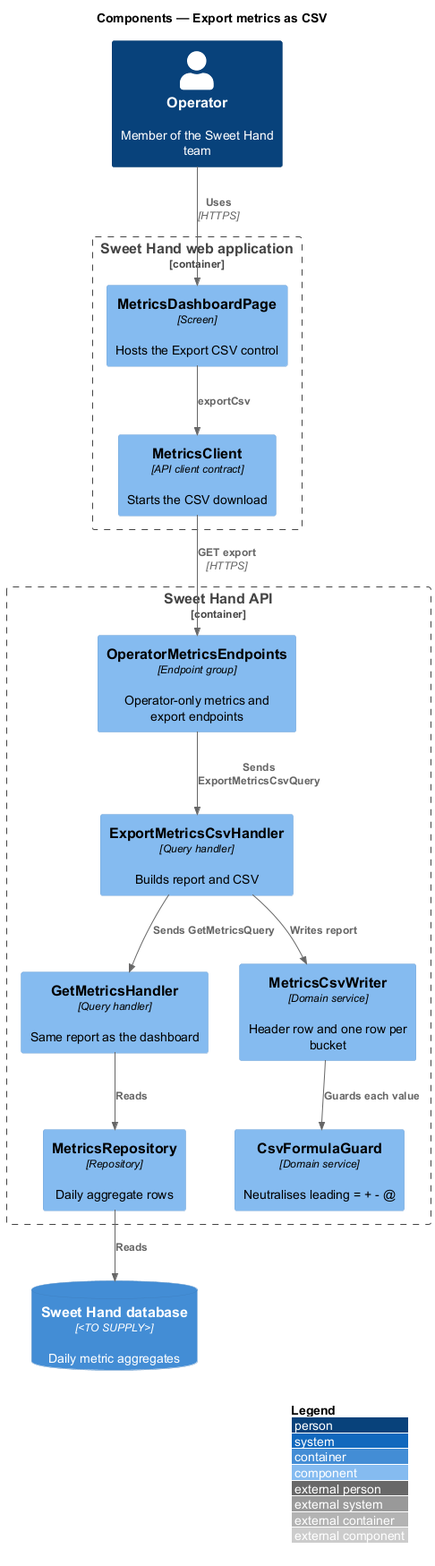
Above: docs/detailed-designs/metrics/export-metrics/diagrams/c4-component.png in QuinntyneBrown/sweet-hand (PlantUML), before the change. The source it was exported from:
```plantuml
@startuml
!include <C4/C4_Component>
LAYOUT_WITH_LEGEND()
title Components — Export metrics as CSV

Person(operator, "Operator", "Member of the Sweet Hand team")

Container_Boundary(web, "Sweet Hand web application") {
  Component(page, "MetricsDashboardPage", "Screen", "Hosts the Export CSV control")
  Component(client, "MetricsClient", "API client contract", "Starts the CSV download")
}

Container_Boundary(api, "Sweet Hand API") {
  Component(endpoints, "OperatorMetricsEndpoints", "Endpoint group", "Operator-only metrics and export endpoints")
  Component(exportH, "ExportMetricsCsvHandler", "Query handler", "Builds report and CSV")
  Component(getH, "GetMetricsHandler", "Query handler", "Same report as the dashboard")
  Component(writer, "MetricsCsvWriter", "Domain service", "Header row and one row per bucket")
  Component(guard, "CsvFormulaGuard", "Domain service", "Neutralises leading = + - @")
  Component(repo, "MetricsRepository", "Repository", "Daily aggregate rows")
}
ContainerDb(db, "Sweet Hand database", "<TO SUPPLY>", "Daily metric aggregates")

Rel(operator, page, "Uses", "HTTPS")
Rel(page, client, "exportCsv")
Rel(client, endpoints, "GET export", "HTTPS")
Rel(endpoints, exportH, "Sends ExportMetricsCsvQuery")
Rel(exportH, getH, "Sends GetMetricsQuery")
Rel(getH, repo, "Reads")
Rel(repo, db, "Reads")
Rel(exportH, writer, "Writes report")
Rel(writer, guard, "Guards each value")
@enduml
```
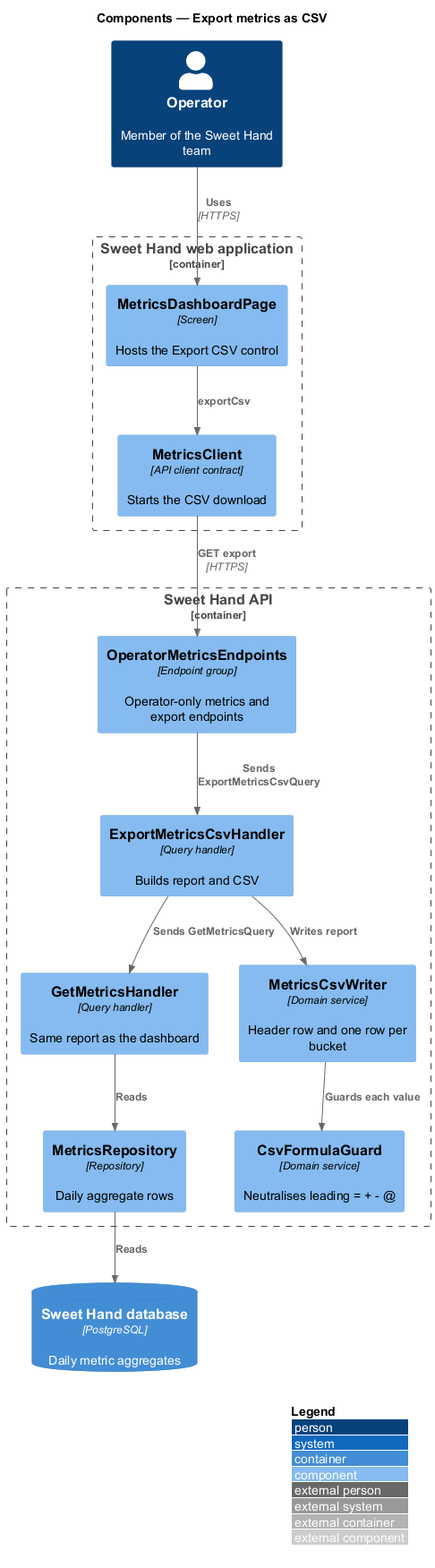
After the commit.

Diff of the diagram source:
```diff
@@ -18,7 +18,7 @@
   Component(guard, "CsvFormulaGuard", "Domain service", "Neutralises leading = + - @")
   Component(repo, "MetricsRepository", "Repository", "Daily aggregate rows")
 }
-ContainerDb(db, "Sweet Hand database", "<TO SUPPLY>", "Daily metric aggregates")
+ContainerDb(db, "Sweet Hand database", "PostgreSQL", "Daily metric aggregates")
 
 Rel(operator, page, "Uses", "HTTPS")
 Rel(page, client, "exportCsv")
```
